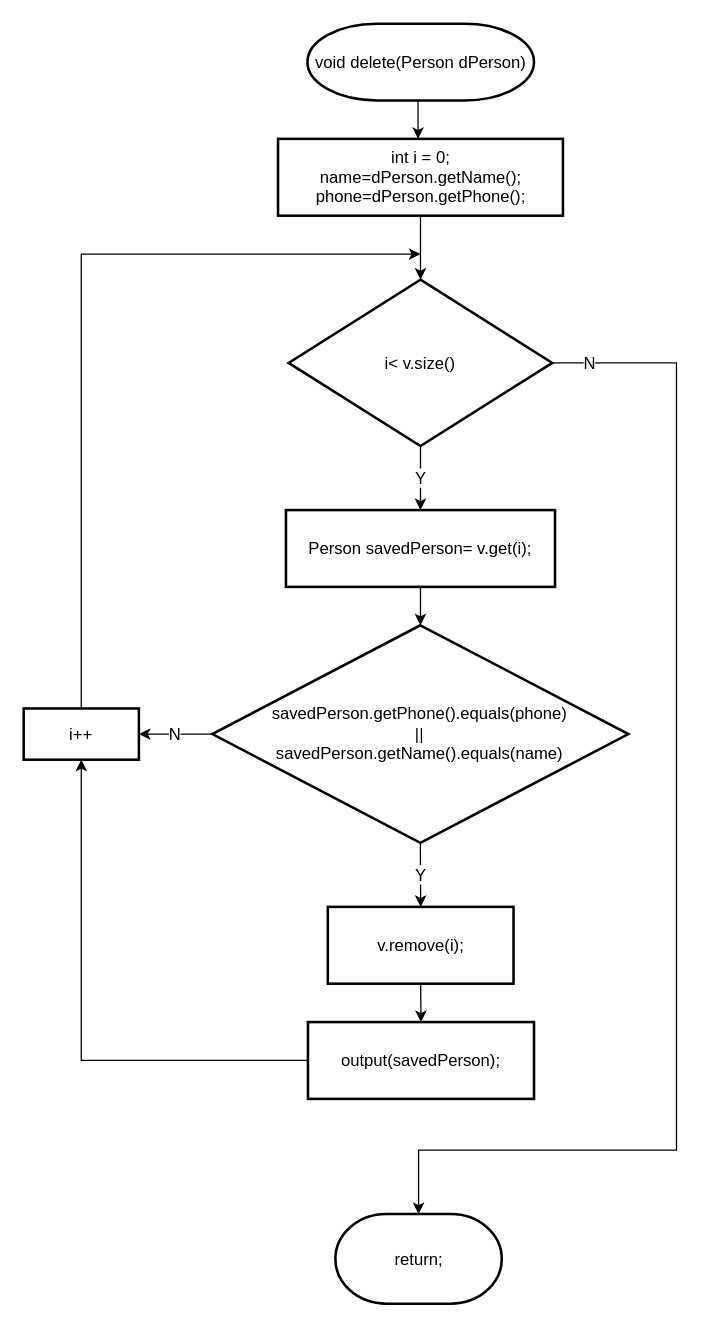
The draw.io diagram 순서도/Delete 기능_java.drawio in skatld123/PH_list_java, before the edit. Source tidied: cells renumbered, new cells numbered last; positions are measured from the earlier drawing's top-left corner, leaving out a move shared by most shapes. Both pictures are drawn from the tidied source at 128%, with x=0, y=0 at pixel (23, 23).
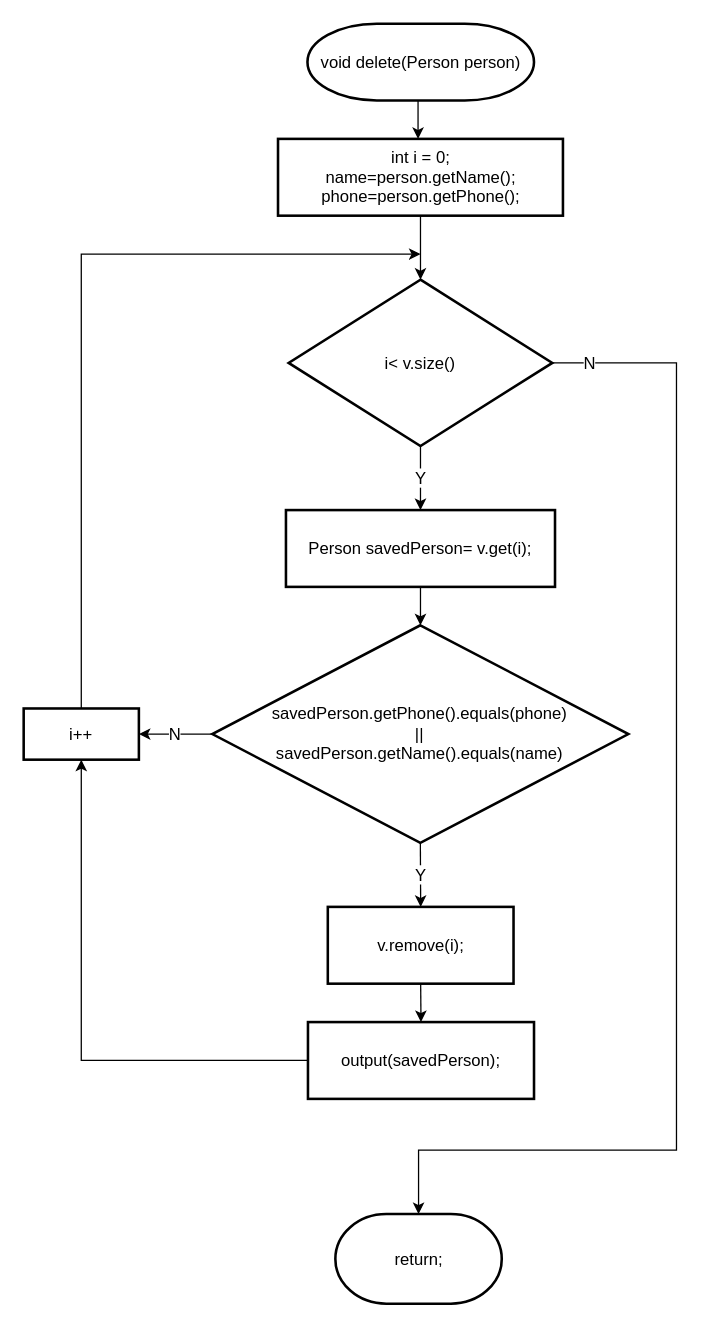
The same diagram, later.

Commit message:
Delete 기능_java.drawio 업데이트

What changed in the source:
```diff
@@
-    <mxCell id="3" value="&lt;span style=&quot;text-align: left; font-size: 13px;&quot;&gt;void delete(Person dPerson)&lt;/span&gt;" style="strokeWidth=2;html=1;shape=mxgraph.flowchart.terminator;whiteSpace=wrap;fontSize=13;" parent="1" vertex="1">
+    <mxCell id="3" value="&lt;span style=&quot;text-align: left ; font-size: 13px&quot;&gt;void delete(Person&amp;nbsp;&lt;/span&gt;&lt;span style=&quot;text-align: left&quot;&gt;person&lt;/span&gt;&lt;span style=&quot;text-align: left ; font-size: 13px&quot;&gt;)&lt;/span&gt;" style="strokeWidth=2;html=1;shape=mxgraph.flowchart.terminator;whiteSpace=wrap;fontSize=13;" parent="1" vertex="1">
       <mxGeometry x="221.7" width="177" height="60" as="geometry" />
     </mxCell>
@@
-    <mxCell id="11" value="int i = 0;&lt;br style=&quot;font-size: 13px;&quot;&gt;name=d&lt;span style=&quot;text-align: left; font-size: 13px;&quot;&gt;Person&lt;/span&gt;.getName();&lt;br style=&quot;font-size: 13px;&quot;&gt;phone=d&lt;span style=&quot;text-align: left; font-size: 13px;&quot;&gt;Person&lt;/span&gt;.getPhone();" style="rounded=1;whiteSpace=wrap;html=1;absoluteArcSize=1;arcSize=0;strokeWidth=2;fontSize=13;" parent="1" vertex="1">
+    <mxCell id="11" value="int i = 0;&lt;br style=&quot;font-size: 13px&quot;&gt;name=&lt;span style=&quot;text-align: left&quot;&gt;person&lt;/span&gt;.getName();&lt;br style=&quot;font-size: 13px&quot;&gt;phone=&lt;span style=&quot;text-align: left&quot;&gt;person&lt;/span&gt;.getPhone();" style="rounded=1;whiteSpace=wrap;html=1;absoluteArcSize=1;arcSize=0;strokeWidth=2;fontSize=13;" parent="1" vertex="1">
       <mxGeometry x="198.7" y="90" width="222.6" height="60" as="geometry" />
     </mxCell>
```
